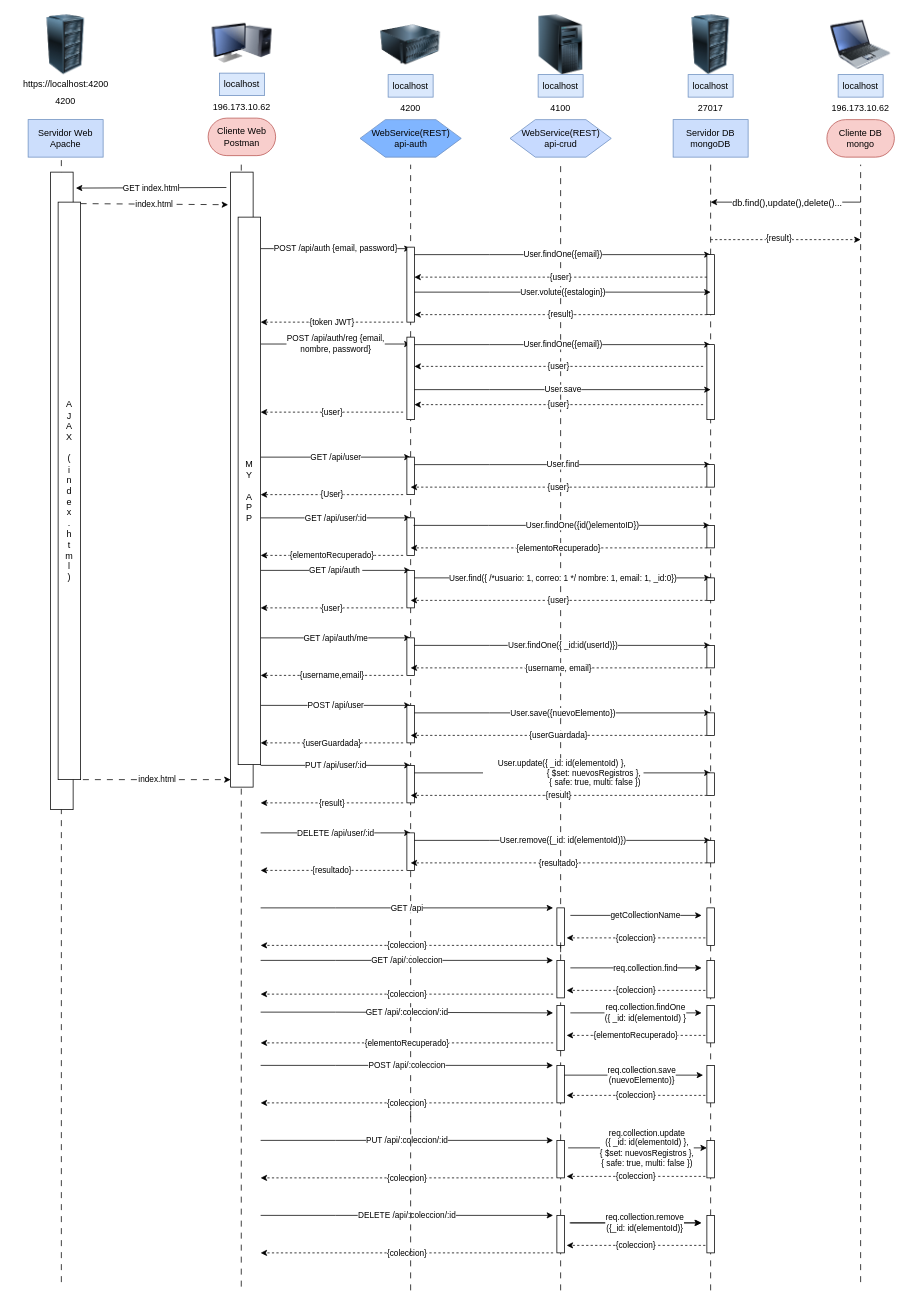
Earlier version of the draw.io diagram Diagrama de Secuencia.drawio (AceDen97/SD). Source tidied: cells renumbered, new cells numbered last; positions are measured from the earlier drawing's top-left corner, leaving out a move shared by most shapes. Both pictures are drawn from the tidied source at 75%, with x=0, y=0 at pixel (13, 13).
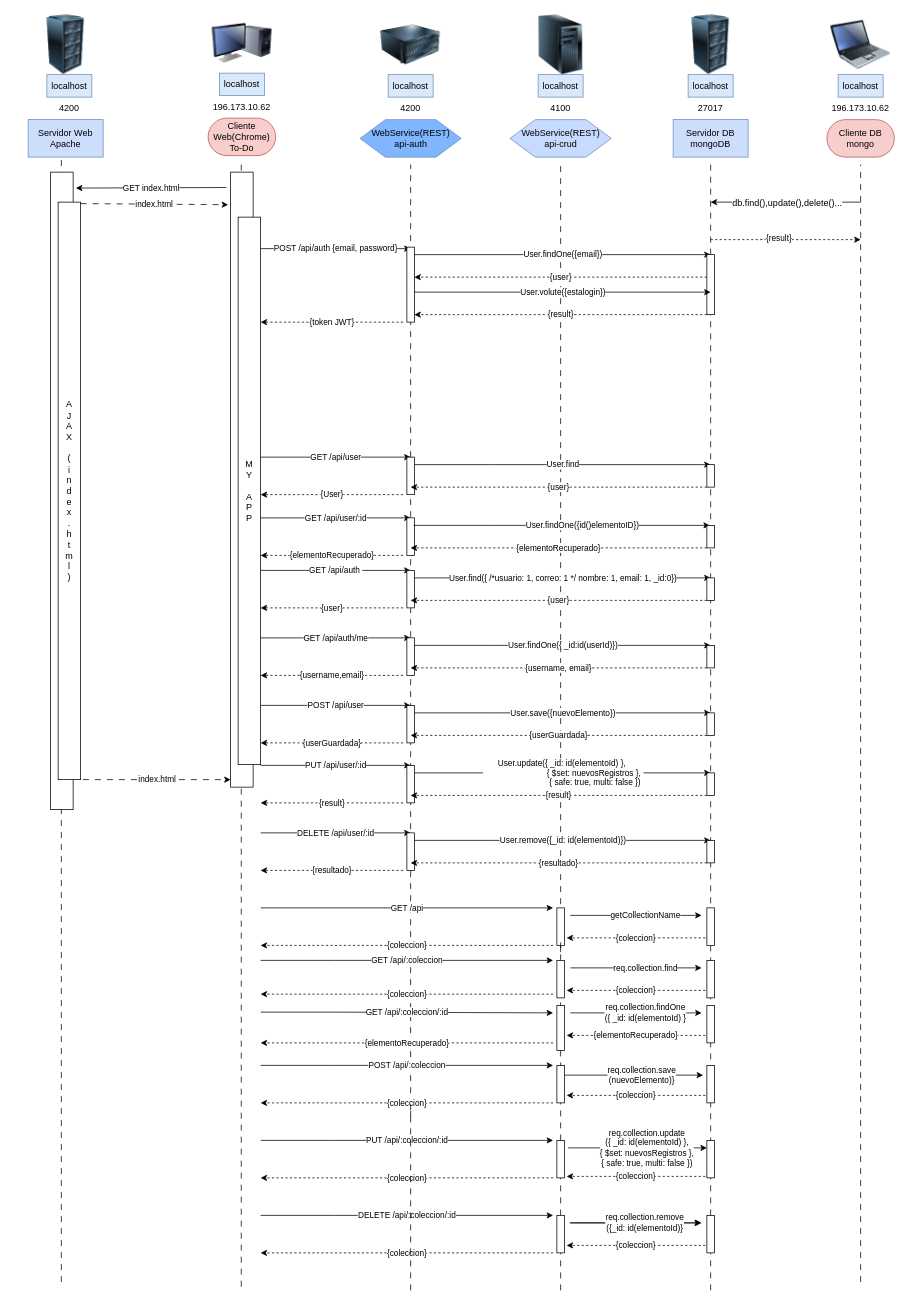
The same page after the edit.

What changed in the source:
```diff
@@
-    <mxCell id="38" value="POST /api/auth/reg {email, &lt;br&gt;nombre, password}" style="endArrow=classic;html=1;rounded=0;" parent="1" edge="1">
-      <mxGeometry relative="1" as="geometry">
-        <mxPoint x="330" y="441.2" as="sourcePoint" />
-        <mxPoint x="530" y="441.2" as="targetPoint" />
-        <Array as="points">
-          <mxPoint x="430" y="441.2" />
-        </Array>
-      </mxGeometry>
-    </mxCell>
-    <mxCell id="39" style="rounded=0;whiteSpace=wrap;html=1;" parent="1" vertex="1">
-      <mxGeometry x="525" y="432" width="10" height="110" as="geometry" />
-    </mxCell>
-    <mxCell id="40" value="User.findOne({email})" style="endArrow=classic;html=1;rounded=0;" parent="1" edge="1">
-      <mxGeometry relative="1" as="geometry">
-        <mxPoint x="535" y="442" as="sourcePoint" />
-        <mxPoint x="930" y="442" as="targetPoint" />
-        <Array as="points">
-          <mxPoint x="635" y="442" />
-        </Array>
-      </mxGeometry>
-    </mxCell>
-    <mxCell id="41" style="rounded=0;whiteSpace=wrap;html=1;" parent="1" vertex="1">
-      <mxGeometry x="925" y="442" width="10" height="100" as="geometry" />
-    </mxCell>
-    <mxCell id="42" value="{user}" style="endArrow=classic;html=1;rounded=0;dashed=1;" parent="1" edge="1">
-      <mxGeometry relative="1" as="geometry">
-        <mxPoint x="920" y="522" as="sourcePoint" />
-        <mxPoint x="535" y="522" as="targetPoint" />
-        <Array as="points">
-          <mxPoint x="805" y="522" />
-          <mxPoint x="580" y="522" />
-        </Array>
-      </mxGeometry>
-    </mxCell>
-    <mxCell id="43" value="{user}" style="endArrow=classic;html=1;rounded=0;dashed=1;" parent="1" edge="1">
-      <mxGeometry relative="1" as="geometry">
-        <mxPoint x="520" y="532" as="sourcePoint" />
-        <mxPoint x="330" y="532" as="targetPoint" />
-      </mxGeometry>
-    </mxCell>
-    <mxCell id="44" value="User.save" style="endArrow=classic;html=1;rounded=0;" parent="1" edge="1">
-      <mxGeometry relative="1" as="geometry">
-        <mxPoint x="535" y="502" as="sourcePoint" />
-        <mxPoint x="930" y="502" as="targetPoint" />
-        <Array as="points">
-          <mxPoint x="635" y="502" />
-        </Array>
-      </mxGeometry>
-    </mxCell>
@@
-    <mxCell id="92" value="Cliente Web&lt;br&gt;Postman" style="html=1;dashed=0;whiteSpace=wrap;shape=mxgraph.dfd.start;fillColor=#f8cecc;strokeColor=#b85450;" parent="1" vertex="1">
+    <mxCell id="92" value="Cliente Web(Chrome)&lt;br&gt;To-Do" style="html=1;dashed=0;whiteSpace=wrap;shape=mxgraph.dfd.start;fillColor=#f8cecc;strokeColor=#b85450;" parent="1" vertex="1">
       <mxGeometry x="260" y="140" width="90" height="50" as="geometry" />
     </mxCell>
@@
-    <mxCell id="134" value="{user}" style="endArrow=classic;html=1;rounded=0;dashed=1;" parent="1" edge="1">
-      <mxGeometry relative="1" as="geometry">
-        <mxPoint x="920" y="471" as="sourcePoint" />
-        <mxPoint x="535" y="471" as="targetPoint" />
-        <Array as="points">
-          <mxPoint x="805" y="471" />
-          <mxPoint x="580" y="471" />
-        </Array>
-      </mxGeometry>
-    </mxCell>
@@
-    <mxCell id="137" value="https://localhost:4200" style="text;html=1;align=center;verticalAlign=middle;strokeColor=none;fillColor=none;" parent="1" vertex="1">
-      <mxGeometry y="80" width="140" height="30" as="geometry" />
-    </mxCell>
     <mxCell id="138" value="4200" style="text;html=1;strokeColor=none;fillColor=none;align=center;verticalAlign=middle;whiteSpace=wrap;rounded=0;" parent="1" vertex="1">
-      <mxGeometry x="40" y="102" width="60" height="30" as="geometry" />
+      <mxGeometry x="45" y="112" width="60" height="30" as="geometry" />
     </mxCell>
@@
+    <mxCell id="145" value="localhost" style="text;html=1;strokeColor=#6c8ebf;fillColor=#dae8fc;align=center;verticalAlign=middle;whiteSpace=wrap;rounded=0;" parent="1" vertex="1">
+      <mxGeometry x="45" y="82" width="60" height="30" as="geometry" />
+    </mxCell>
```
